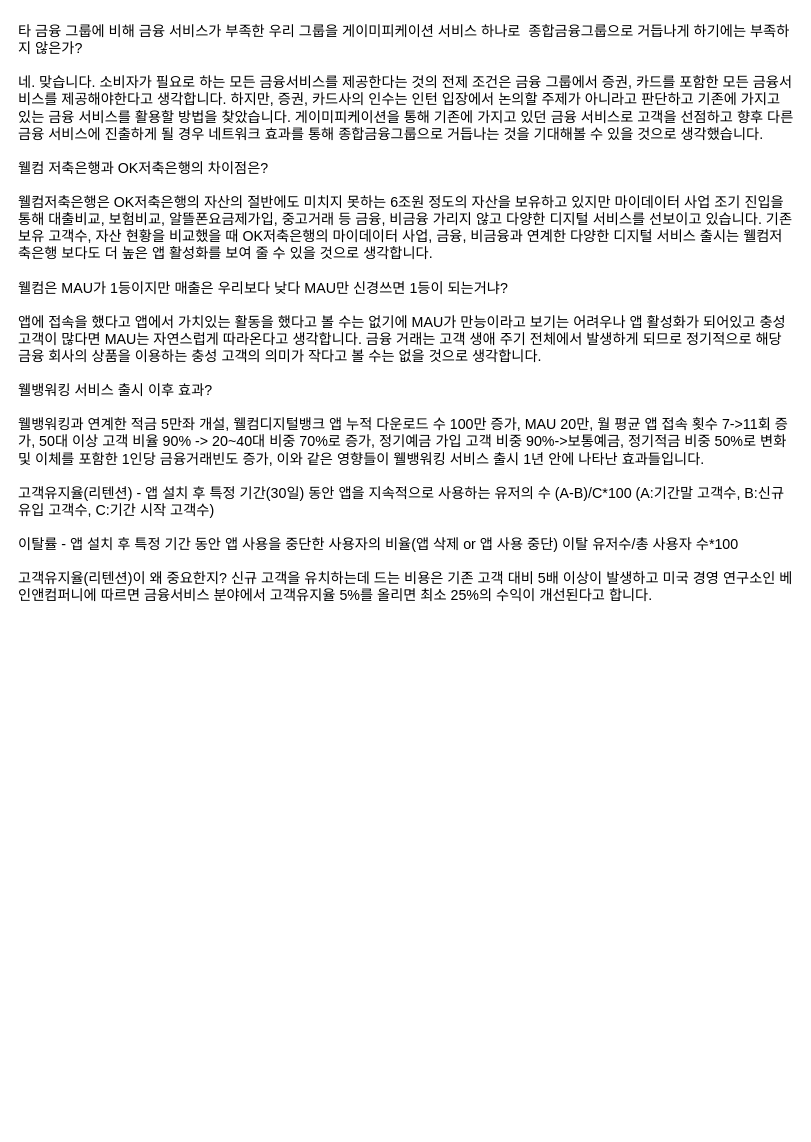
Jung-YongJin/flow-chart keeps this draw.io diagram as QnA.drawio. Above is the earlier version. Source tidied: cells renumbered, new cells numbered last; positions are measured from the earlier drawing's top-left corner, leaving out a move shared by most shapes. Both pictures are drawn from the tidied source at 95%, with x=0, y=0 at pixel (16, 16).
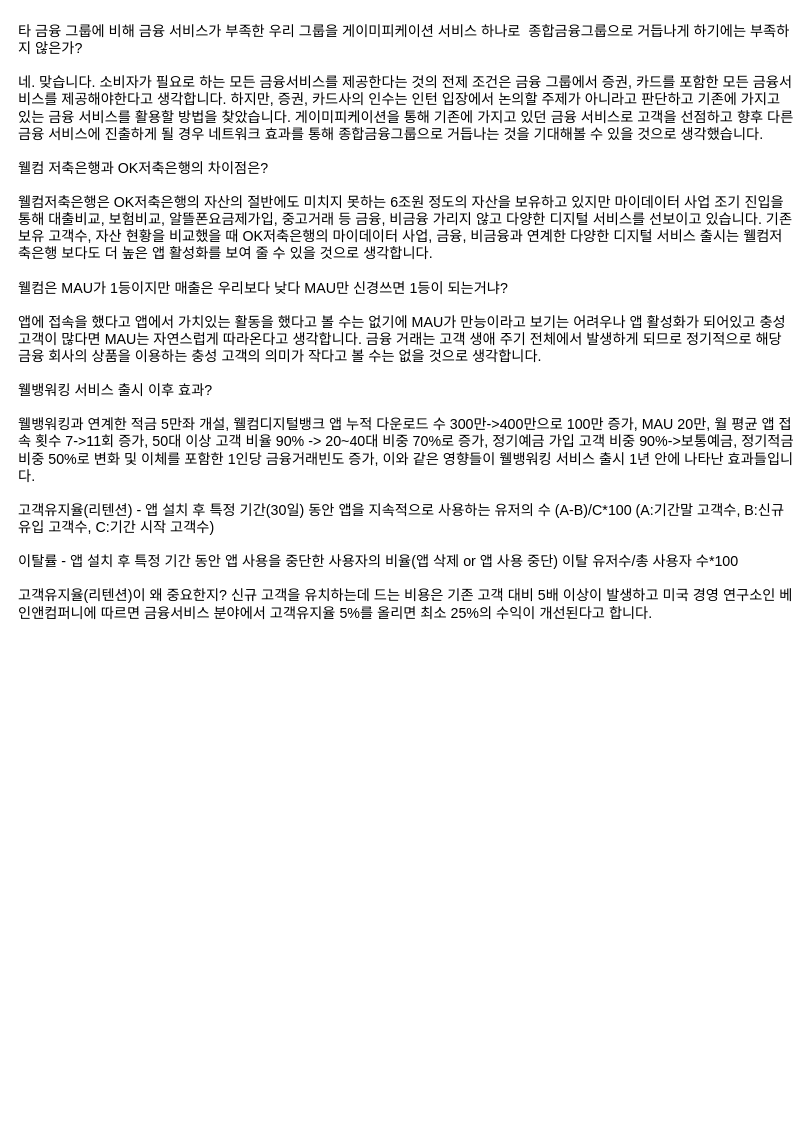
After the change.

The edit, as a diff of the source:
```diff
@@
 <mxGraphModel>
   <root>
     <mxCell id="0" />
     <mxCell id="1" parent="0" />
-    <mxCell id="2" value="타 금융 그룹에 비해 금융 서비스가 부족한 우리 그룹을 게이미피케이션 서비스 하나로  종합금융그룹으로 거듭나게 하기에는 부족하지 않은가?&#10;&#10;네. 맞습니다. 소비자가 필요로 하는 모든 금융서비스를 제공한다는 것의 전제 조건은 금융 그룹에서 증권, 카드를 포함한 모든 금융서비스를 제공해야한다고 생각합니다. 하지만, 증권, 카드사의 인수는 인턴 입장에서 논의할 주제가 아니라고 판단하고 기존에 가지고 있는 금융 서비스를 활용할 방법을 찾았습니다. 게이미피케이션을 통해 기존에 가지고 있던 금융 서비스로 고객을 선점하고 향후 다른 금융 서비스에 진출하게 될 경우 네트워크 효과를 통해 종합금융그룹으로 거듭나는 것을 기대해볼 수 있을 것으로 생각했습니다.&#10;&#10;웰컴 저축은행과 OK저축은행의 차이점은?&#10;&#10;웰컴저축은행은 OK저축은행의 자산의 절반에도 미치지 못하는 6조원 정도의 자산을 보유하고 있지만 마이데이터 사업 조기 진입을 통해 대출비교, 보험비교, 알뜰폰요금제가입, 중고거래 등 금융, 비금융 가리지 않고 다양한 디지털 서비스를 선보이고 있습니다. 기존 보유 고객수, 자산 현황을 비교했을 때 OK저축은행의 마이데이터 사업, 금융, 비금융과 연계한 다양한 디지털 서비스 출시는 웰컴저축은행 보다도 더 높은 앱 활성화를 보여 줄 수 있을 것으로 생각합니다.&#10;&#10;웰컴은 MAU가 1등이지만 매출은 우리보다 낮다 MAU만 신경쓰면 1등이 되는거냐?&#10;&#10;앱에 접속을 했다고 앱에서 가치있는 활동을 했다고 볼 수는 없기에 MAU가 만능이라고 보기는 어려우나 앱 활성화가 되어있고 충성 고객이 많다면 MAU는 자연스럽게 따라온다고 생각합니다. 금융 거래는 고객 생애 주기 전체에서 발생하게 되므로 정기적으로 해당 금융 회사의 상품을 이용하는 충성 고객의 의미가 작다고 볼 수는 없을 것으로 생각합니다.&#10;&#10;웰뱅워킹 서비스 출시 이후 효과?&#10;&#10;웰뱅워킹과 연계한 적금 5만좌 개설, 웰컴디지털뱅크 앱 누적 다운로드 수 100만 증가, MAU 20만, 월 평균 앱 접속 횟수 7-&gt;11회 증가, 50대 이상 고객 비율 90% -&gt; 20~40대 비중 70%로 증가, 정기예금 가입 고객 비중 90%-&gt;보통예금, 정기적금 비중 50%로 변화 및 이체를 포함한 1인당 금융거래빈도 증가, 이와 같은 영향들이 웰뱅워킹 서비스 출시 1년 안에 나타난 효과들입니다.&#10;&#10;고객유지율(리텐션) - 앱 설치 후 특정 기간(30일) 동안 앱을 지속적으로 사용하는 유저의 수 (A-B)/C*100 (A:기간말 고객수, B:신규 유입 고객수, C:기간 시작 고객수)&#10;&#10;이탈률 - 앱 설치 후 특정 기간 동안 앱 사용을 중단한 사용자의 비율(앱 삭제 or 앱 사용 중단) 이탈 유저수/총 사용자 수*100&#10;&#10;고객유지율(리텐션)이 왜 중요한지? 신규 고객을 유치하는데 드는 비용은 기존 고객 대비 5배 이상이 발생하고 미국 경영 연구소인 베인앤컴퍼니에 따르면 금융서비스 분야에서 고객유지율 5%를 올리면 최소 25%의 수익이 개선된다고 합니다.  " style="text;whiteSpace=wrap;fontSize=15;" parent="1" vertex="1">
-      <mxGeometry width="820" height="650" as="geometry" />
+    <mxCell id="2" value="타 금융 그룹에 비해 금융 서비스가 부족한 우리 그룹을 게이미피케이션 서비스 하나로  종합금융그룹으로 거듭나게 하기에는 부족하지 않은가?&#10;&#10;네. 맞습니다. 소비자가 필요로 하는 모든 금융서비스를 제공한다는 것의 전제 조건은 금융 그룹에서 증권, 카드를 포함한 모든 금융서비스를 제공해야한다고 생각합니다. 하지만, 증권, 카드사의 인수는 인턴 입장에서 논의할 주제가 아니라고 판단하고 기존에 가지고 있는 금융 서비스를 활용할 방법을 찾았습니다. 게이미피케이션을 통해 기존에 가지고 있던 금융 서비스로 고객을 선점하고 향후 다른 금융 서비스에 진출하게 될 경우 네트워크 효과를 통해 종합금융그룹으로 거듭나는 것을 기대해볼 수 있을 것으로 생각했습니다.&#10;&#10;웰컴 저축은행과 OK저축은행의 차이점은?&#10;&#10;웰컴저축은행은 OK저축은행의 자산의 절반에도 미치지 못하는 6조원 정도의 자산을 보유하고 있지만 마이데이터 사업 조기 진입을 통해 대출비교, 보험비교, 알뜰폰요금제가입, 중고거래 등 금융, 비금융 가리지 않고 다양한 디지털 서비스를 선보이고 있습니다. 기존 보유 고객수, 자산 현황을 비교했을 때 OK저축은행의 마이데이터 사업, 금융, 비금융과 연계한 다양한 디지털 서비스 출시는 웰컴저축은행 보다도 더 높은 앱 활성화를 보여 줄 수 있을 것으로 생각합니다.&#10;&#10;웰컴은 MAU가 1등이지만 매출은 우리보다 낮다 MAU만 신경쓰면 1등이 되는거냐?&#10;&#10;앱에 접속을 했다고 앱에서 가치있는 활동을 했다고 볼 수는 없기에 MAU가 만능이라고 보기는 어려우나 앱 활성화가 되어있고 충성 고객이 많다면 MAU는 자연스럽게 따라온다고 생각합니다. 금융 거래는 고객 생애 주기 전체에서 발생하게 되므로 정기적으로 해당 금융 회사의 상품을 이용하는 충성 고객의 의미가 작다고 볼 수는 없을 것으로 생각합니다.&#10;&#10;웰뱅워킹 서비스 출시 이후 효과?&#10;&#10;웰뱅워킹과 연계한 적금 5만좌 개설, 웰컴디지털뱅크 앱 누적 다운로드 수 300만-&gt;400만으로 100만 증가, MAU 20만, 월 평균 앱 접속 횟수 7-&gt;11회 증가, 50대 이상 고객 비율 90% -&gt; 20~40대 비중 70%로 증가, 정기예금 가입 고객 비중 90%-&gt;보통예금, 정기적금 비중 50%로 변화 및 이체를 포함한 1인당 금융거래빈도 증가, 이와 같은 영향들이 웰뱅워킹 서비스 출시 1년 안에 나타난 효과들입니다.&#10;&#10;고객유지율(리텐션) - 앱 설치 후 특정 기간(30일) 동안 앱을 지속적으로 사용하는 유저의 수 (A-B)/C*100 (A:기간말 고객수, B:신규 유입 고객수, C:기간 시작 고객수)&#10;&#10;이탈률 - 앱 설치 후 특정 기간 동안 앱 사용을 중단한 사용자의 비율(앱 삭제 or 앱 사용 중단) 이탈 유저수/총 사용자 수*100&#10;&#10;고객유지율(리텐션)이 왜 중요한지? 신규 고객을 유치하는데 드는 비용은 기존 고객 대비 5배 이상이 발생하고 미국 경영 연구소인 베인앤컴퍼니에 따르면 금융서비스 분야에서 고객유지율 5%를 올리면 최소 25%의 수익이 개선된다고 합니다.  &#10;&#10;" style="text;whiteSpace=wrap;fontSize=15;" parent="1" vertex="1">
+      <mxGeometry width="820" height="1168" as="geometry" />
     </mxCell>
   </root>
 </mxGraphModel>
```
